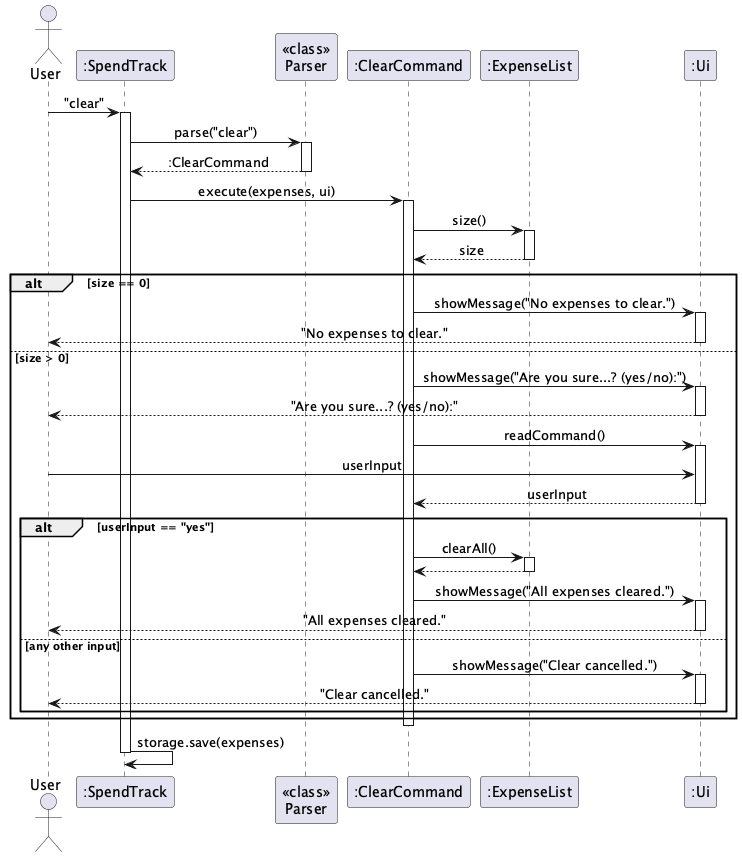
Earlier version of the PlantUML export docs/images/ClearCommandSequence.png (AbhijitBalajee/tp).
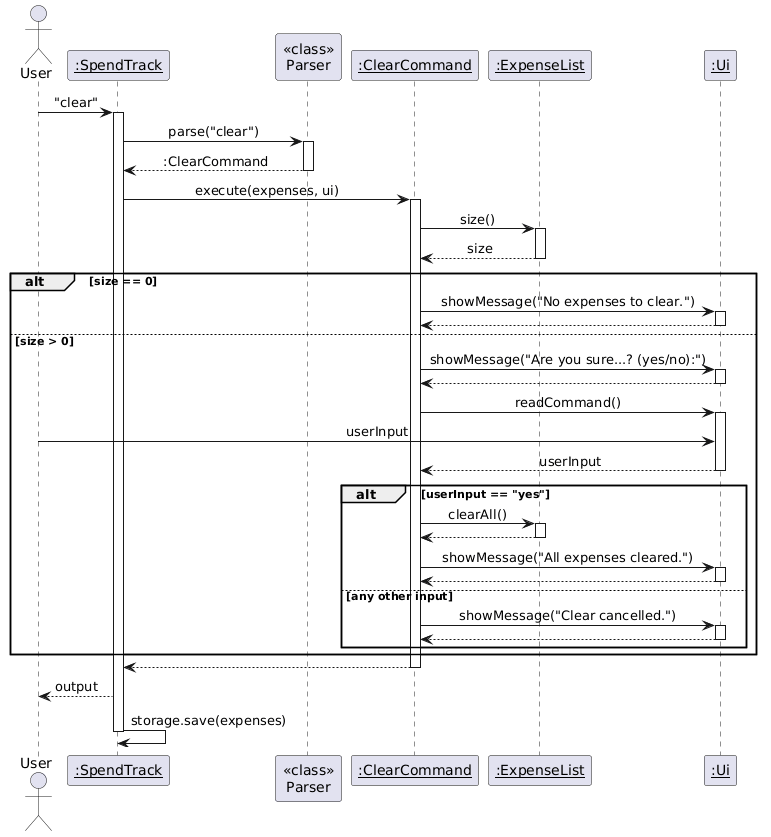
Later version of the same file.

Change to the diagram source:
```diff
@@ -4,11 +4,11 @@
 skinparam sequenceMessageAlign center
 
 actor User
-participant ":SpendTrack" as ST
+participant "<u>:SpendTrack</u>" as ST
 participant "<<class>>\nParser" as P
-participant ":ClearCommand" as CC
-participant ":ExpenseList" as EL
-participant ":Ui" as UI
+participant "<u>:ClearCommand</u>" as CC
+participant "<u>:ExpenseList</u>" as EL
+participant "<u>:Ui</u>" as UI
 
 User -> ST : "clear"
 activate ST
@@ -29,12 +29,12 @@
 alt size == 0
     CC -> UI : showMessage("No expenses to clear.")
     activate UI
-    UI --> User : "No expenses to clear."
+    UI --> CC
     deactivate UI
 else size > 0
     CC -> UI : showMessage("Are you sure...? (yes/no):")
     activate UI
-    UI --> User : "Are you sure...? (yes/no):"
+    UI --> CC
     deactivate UI
     CC -> UI : readCommand()
     activate UI
@@ -48,18 +48,20 @@
         deactivate EL
         CC -> UI : showMessage("All expenses cleared.")
         activate UI
-        UI --> User : "All expenses cleared."
+        UI --> CC
         deactivate UI
     else any other input
         CC -> UI : showMessage("Clear cancelled.")
         activate UI
-        UI --> User : "Clear cancelled."
+        UI --> CC
         deactivate UI
     end
 end
 
+CC --> ST
 deactivate CC
 
+ST --> User : output
 ST -> ST : storage.save(expenses)
 
 deactivate ST
```
